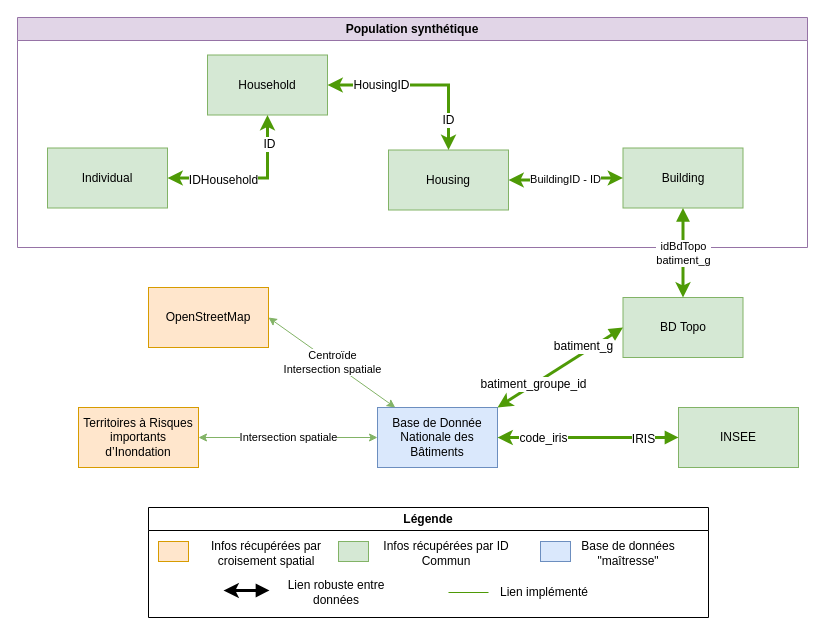
Before: liens_entre_bases.drawio in EnzoVenon/Gemini_numeriques, a draw.io diagram. Source tidied: cells renumbered, new cells numbered last; positions are measured from the earlier drawing's top-left corner, leaving out a move shared by most shapes. Both pictures are drawn from the tidied source at 100%, with x=0, y=0 at pixel (17, 17).
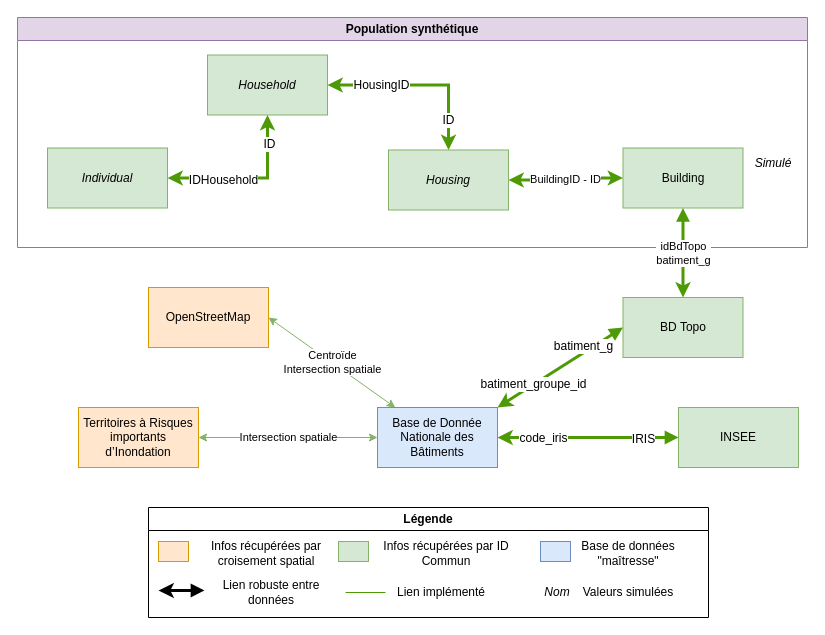
After the change.

Commit message:
adding simulated values in italic

Unchanged cells that the change refers to:
```xml
<mxCell id="11" value="Population synthétique" style="swimlane;whiteSpace=wrap;html=1;fillColor=#e1d5e7;strokeColor=#9673a6;" parent="1" vertex="1">
  <mxGeometry width="790" height="230" as="geometry" />
</mxCell>
<mxCell id="23" value="Légende" style="swimlane;whiteSpace=wrap;html=1;" parent="1" vertex="1">
  <mxGeometry x="131" y="490" width="560" height="110" as="geometry" />
</mxCell>
```

Change to the diagram source:
```diff
@@
-    <mxCell id="14" value="Housing" style="rounded=0;whiteSpace=wrap;html=1;fillColor=#d5e8d4;strokeColor=#82b366;" parent="11" vertex="1">
+    <mxCell id="14" value="&lt;i&gt;Housing&lt;/i&gt;" style="rounded=0;whiteSpace=wrap;html=1;fillColor=#d5e8d4;strokeColor=#82b366;" parent="11" vertex="1">
       <mxGeometry x="371" y="132.5" width="120" height="60" as="geometry" />
     </mxCell>
@@
-    <mxCell id="16" value="Household" style="rounded=0;whiteSpace=wrap;html=1;fillColor=#d5e8d4;strokeColor=#82b366;" parent="11" vertex="1">
+    <mxCell id="16" value="&lt;i&gt;Household&lt;/i&gt;" style="rounded=0;whiteSpace=wrap;html=1;fillColor=#d5e8d4;strokeColor=#82b366;" parent="11" vertex="1">
       <mxGeometry x="190" y="37.5" width="120" height="60" as="geometry" />
     </mxCell>
@@
-    <mxCell id="18" value="Individual" style="rounded=0;whiteSpace=wrap;html=1;fillColor=#d5e8d4;strokeColor=#82b366;" parent="11" vertex="1">
+    <mxCell id="18" value="&lt;i&gt;Individual&lt;/i&gt;" style="rounded=0;whiteSpace=wrap;html=1;fillColor=#d5e8d4;strokeColor=#82b366;" parent="11" vertex="1">
       <mxGeometry x="30" y="130.5" width="120" height="60" as="geometry" />
     </mxCell>
@@
+    <mxCell id="39" value="&lt;i&gt;Simulé&lt;/i&gt;" style="text;html=1;strokeColor=none;fillColor=none;align=center;verticalAlign=middle;whiteSpace=wrap;rounded=0;" parent="11" vertex="1">
+      <mxGeometry x="725.5" y="130.5" width="60" height="30" as="geometry" />
+    </mxCell>
@@
     <mxCell id="28" style="endArrow=classic;html=1;rounded=0;entryX=1;entryY=0;entryDx=0;entryDy=0;strokeColor=#000000;strokeWidth=3;endFill=1;startArrow=block;" parent="23" edge="1">
       <mxGeometry relative="1" as="geometry">
-        <mxPoint x="121" y="83" as="sourcePoint" />
-        <mxPoint x="75" y="83" as="targetPoint" />
+        <mxPoint x="56" y="83" as="sourcePoint" />
+        <mxPoint x="10" y="83" as="targetPoint" />
       </mxGeometry>
     </mxCell>
     <mxCell id="29" value="Lien robuste entre données" style="text;html=1;strokeColor=none;fillColor=none;align=center;verticalAlign=middle;whiteSpace=wrap;rounded=0;" parent="23" vertex="1">
-      <mxGeometry x="118" y="70" width="140" height="30" as="geometry" />
+      <mxGeometry x="53" y="70" width="140" height="30" as="geometry" />
     </mxCell>
     <mxCell id="30" style="endArrow=none;startArrow=none;html=1;rounded=0;strokeColor=#4e9a06;endFill=0;startFill=0;" parent="23" edge="1">
       <mxGeometry relative="1" as="geometry">
-        <mxPoint x="300" y="85" as="sourcePoint" />
-        <mxPoint x="340" y="85" as="targetPoint" />
+        <mxPoint x="197" y="85" as="sourcePoint" />
+        <mxPoint x="237" y="85" as="targetPoint" />
       </mxGeometry>
     </mxCell>
     <mxCell id="31" value="Lien implémenté" style="text;html=1;strokeColor=none;fillColor=none;align=center;verticalAlign=middle;whiteSpace=wrap;rounded=0;" parent="23" vertex="1">
-      <mxGeometry x="326" y="70" width="140" height="30" as="geometry" />
+      <mxGeometry x="223" y="70" width="140" height="30" as="geometry" />
     </mxCell>
@@
+    <mxCell id="40" value="&lt;i&gt;Nom&lt;/i&gt;" style="text;html=1;strokeColor=none;fillColor=none;align=center;verticalAlign=middle;whiteSpace=wrap;rounded=0;" parent="23" vertex="1">
+      <mxGeometry x="379" y="70" width="60" height="30" as="geometry" />
+    </mxCell>
+    <mxCell id="41" value="Valeurs simulées" style="text;html=1;strokeColor=none;fillColor=none;align=center;verticalAlign=middle;whiteSpace=wrap;rounded=0;" parent="23" vertex="1">
+      <mxGeometry x="410" y="70" width="140" height="30" as="geometry" />
+    </mxCell>
```
